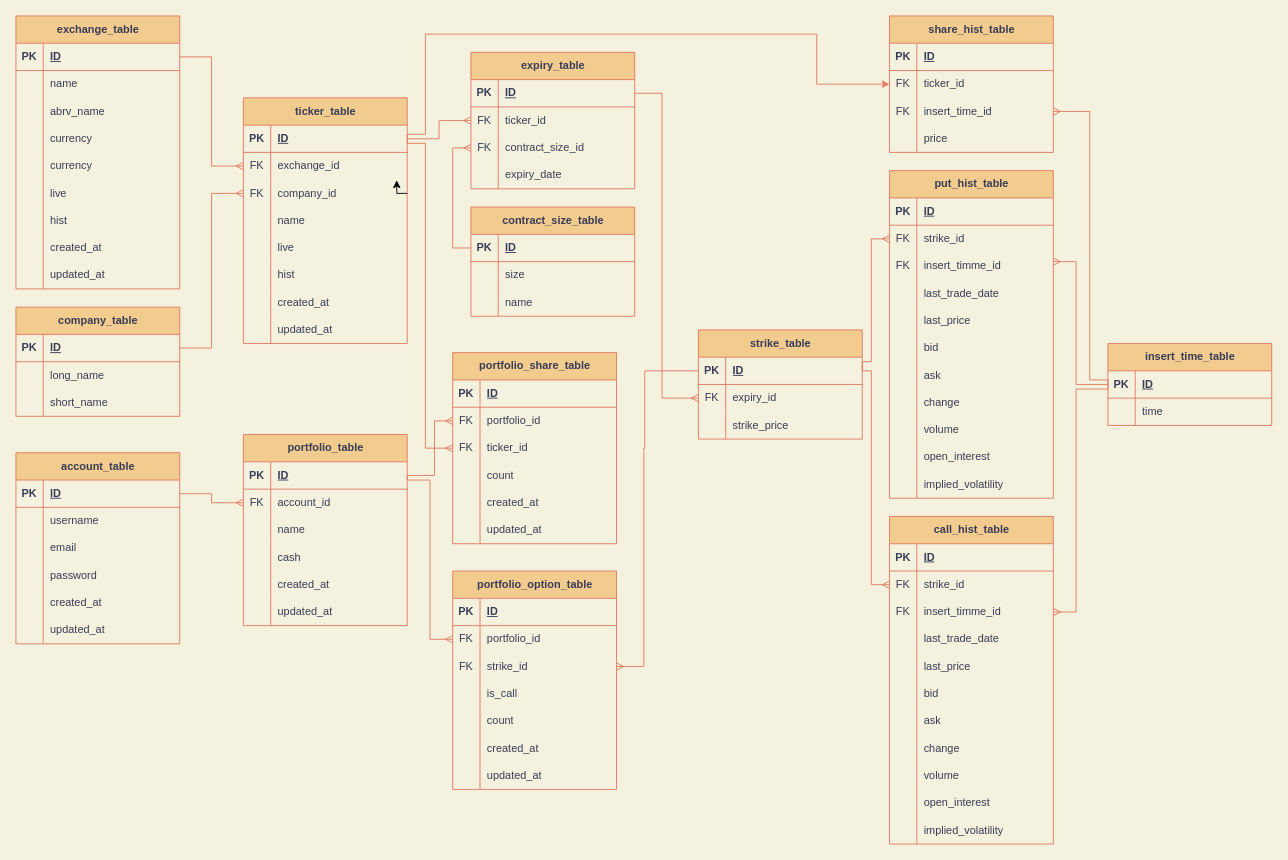
Earlier version of the draw.io diagram tdv/infra/database/DB_diagram.drawio (RicardoSdV/tdv). Source tidied: cells renumbered, new cells numbered last; positions are measured from the earlier drawing's top-left corner, leaving out a move shared by most shapes. Both pictures are drawn from the tidied source at 91%, with x=0, y=0 at pixel (15, 15).
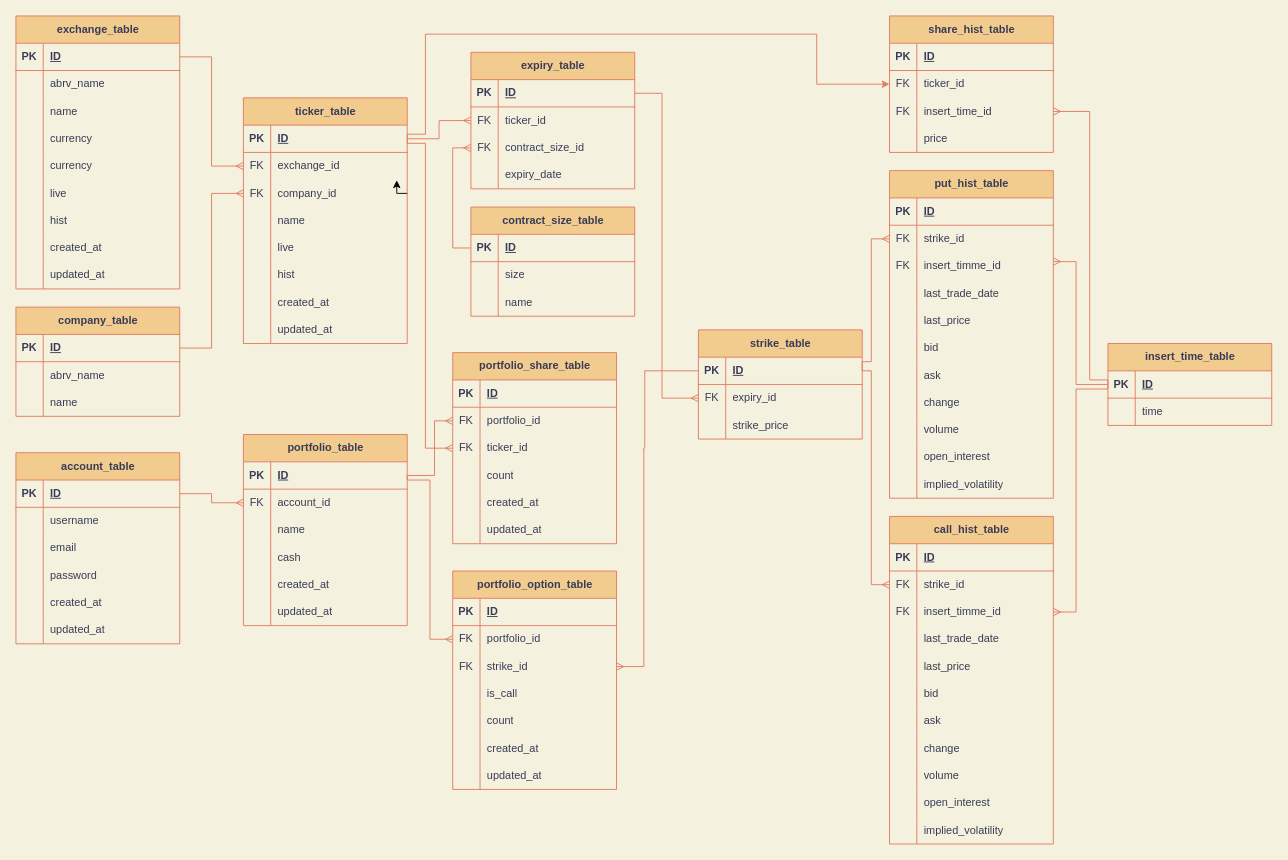
The same page after the edit.

Unchanged cells that the change refers to:
```xml
<mxCell id="6" style="shape=tableRow;horizontal=0;startSize=0;swimlaneHead=0;swimlaneBody=0;fillColor=none;top=0;left=0;right=0;bottom=0;strokeColor=#E07A5F;fontColor=#393C56;" parent="2" vertex="1">
  <mxGeometry y="60" width="180" height="30" as="geometry" />
</mxCell>
<mxCell id="9" style="shape=tableRow;horizontal=0;startSize=0;swimlaneHead=0;swimlaneBody=0;fillColor=none;top=0;left=0;right=0;bottom=0;strokeColor=#E07A5F;fontColor=#393C56;" parent="2" vertex="1">
  <mxGeometry y="90" width="180" height="30" as="geometry" />
</mxCell>
<mxCell id="70" style="shape=tableRow;horizontal=0;startSize=0;swimlaneHead=0;swimlaneBody=0;fillColor=none;top=0;left=0;right=0;bottom=0;strokeColor=#E07A5F;fontColor=#393C56;" parent="66" vertex="1">
  <mxGeometry y="60" width="180" height="30" as="geometry" />
</mxCell>
<mxCell id="73" style="shape=tableRow;horizontal=0;startSize=0;swimlaneHead=0;swimlaneBody=0;fillColor=none;top=0;left=0;right=0;bottom=0;strokeColor=#E07A5F;fontColor=#393C56;" parent="66" vertex="1">
  <mxGeometry y="90" width="180" height="30" as="geometry" />
</mxCell>
```

What changed in the source:
```diff
@@
-    <mxCell id="8" value="name" style="shape=partialRectangle;fillColor=none;top=0;left=0;bottom=0;right=0;align=left;spacingLeft=6;overflow=hidden;whiteSpace=wrap;html=1;strokeColor=#E07A5F;fontColor=#393C56;" parent="6" vertex="1">
+    <mxCell id="8" value="abrv_name" style="shape=partialRectangle;fillColor=none;top=0;left=0;bottom=0;right=0;align=left;spacingLeft=6;overflow=hidden;whiteSpace=wrap;html=1;strokeColor=#E07A5F;fontColor=#393C56;" parent="6" vertex="1">
       <mxGeometry x="30" width="150" height="30" as="geometry" />
     </mxCell>
@@
-    <mxCell id="11" value="abrv_name" style="shape=partialRectangle;fillColor=none;top=0;left=0;bottom=0;right=0;align=left;spacingLeft=6;overflow=hidden;whiteSpace=wrap;html=1;strokeColor=#E07A5F;fontColor=#393C56;" parent="9" vertex="1">
+    <mxCell id="11" value="name" style="shape=partialRectangle;fillColor=none;top=0;left=0;bottom=0;right=0;align=left;spacingLeft=6;overflow=hidden;whiteSpace=wrap;html=1;strokeColor=#E07A5F;fontColor=#393C56;" parent="9" vertex="1">
       <mxGeometry x="30" width="150" height="30" as="geometry" />
     </mxCell>
@@
-    <mxCell id="72" value="long_name" style="shape=partialRectangle;fillColor=none;top=0;left=0;bottom=0;right=0;align=left;spacingLeft=6;overflow=hidden;whiteSpace=wrap;html=1;strokeColor=#E07A5F;fontColor=#393C56;" parent="70" vertex="1">
+    <mxCell id="72" value="abrv_name" style="shape=partialRectangle;fillColor=none;top=0;left=0;bottom=0;right=0;align=left;spacingLeft=6;overflow=hidden;whiteSpace=wrap;html=1;strokeColor=#E07A5F;fontColor=#393C56;" parent="70" vertex="1">
       <mxGeometry x="30" width="150" height="30" as="geometry" />
     </mxCell>
@@
-    <mxCell id="75" value="short_name" style="shape=partialRectangle;fillColor=none;top=0;left=0;bottom=0;right=0;align=left;spacingLeft=6;overflow=hidden;whiteSpace=wrap;html=1;strokeColor=#E07A5F;fontColor=#393C56;" parent="73" vertex="1">
+    <mxCell id="75" value="name" style="shape=partialRectangle;fillColor=none;top=0;left=0;bottom=0;right=0;align=left;spacingLeft=6;overflow=hidden;whiteSpace=wrap;html=1;strokeColor=#E07A5F;fontColor=#393C56;" parent="73" vertex="1">
       <mxGeometry x="30" width="150" height="30" as="geometry" />
     </mxCell>
```
